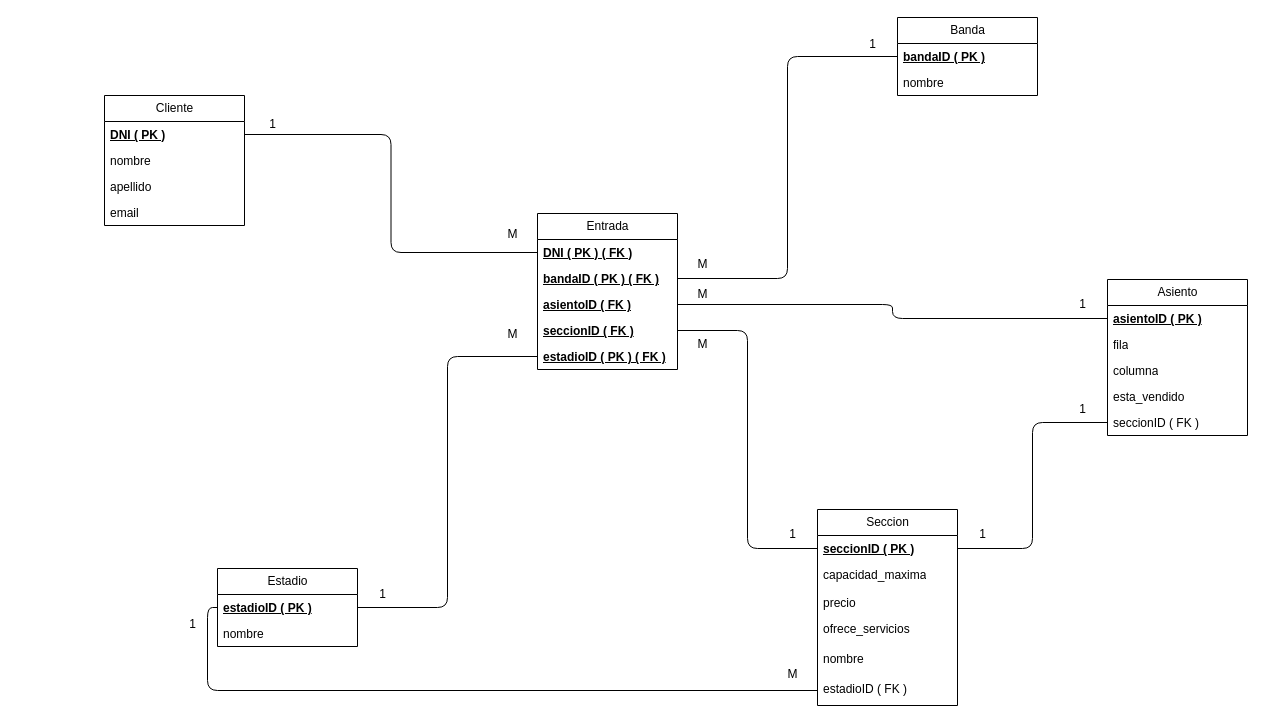
This is diagrama.drawio from Oriana10/sql-project, a draw.io file, before an edit. Source tidied: cells renumbered, new cells numbered last; positions are measured from the earlier drawing's top-left corner, leaving out a move shared by most shapes. Both pictures are drawn from the tidied source at 100%, with x=0, y=0 at pixel (104, 17).
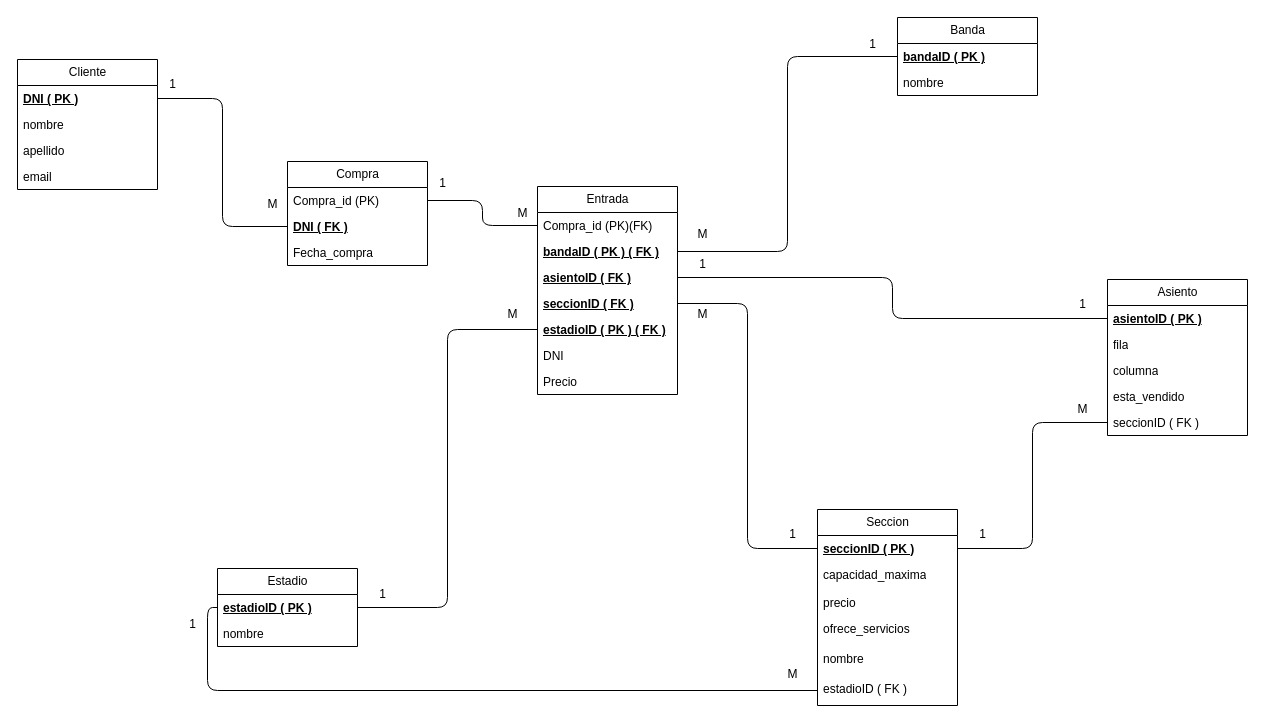
The same page after the edit.

The change refers to these unchanged cells:
```xml
<mxCell id="3" value="&lt;b&gt;&lt;u&gt;DNI ( PK )&lt;/u&gt;&lt;/b&gt;" style="text;strokeColor=none;fillColor=none;align=left;verticalAlign=top;spacingLeft=4;spacingRight=4;overflow=hidden;points=[[0,0.5],[1,0.5]];portConstraint=eastwest;whiteSpace=wrap;html=1;" parent="2" vertex="1">
  <mxGeometry y="26" width="140" height="26" as="geometry" />
</mxCell>
```

Diff of the diagram source:
```diff
@@
     <mxCell id="2" value="Cliente" style="swimlane;fontStyle=0;horizontal=1;startSize=26;fillColor=none;html=1;" parent="1" vertex="1">
-      <mxGeometry y="78" width="140" height="130" as="geometry" />
+      <mxGeometry x="-87" y="42" width="140" height="130" as="geometry" />
     </mxCell>
@@
     <mxCell id="7" value="Entrada" style="swimlane;fontStyle=0;horizontal=1;startSize=26;fillColor=none;html=1;" parent="1" vertex="1">
-      <mxGeometry x="433" y="196" width="140" height="156" as="geometry" />
+      <mxGeometry x="433" y="169" width="140" height="208" as="geometry" />
     </mxCell>
-    <mxCell id="8" value="&lt;b&gt;&lt;u&gt;DNI ( PK ) ( FK )&lt;/u&gt;&lt;/b&gt;" style="text;strokeColor=none;fillColor=none;align=left;verticalAlign=top;spacingLeft=4;spacingRight=4;overflow=hidden;points=[[0,0.5],[1,0.5]];portConstraint=eastwest;whiteSpace=wrap;html=1;" parent="7" vertex="1">
-      <mxGeometry y="26" width="140" height="26" as="geometry" />
-    </mxCell>
+    <mxCell id="53" value="Compra_id (PK)(FK)" style="text;strokeColor=none;fillColor=none;align=left;verticalAlign=top;spacingLeft=4;spacingRight=4;overflow=hidden;points=[[0,0.5],[1,0.5]];portConstraint=eastwest;whiteSpace=wrap;html=1;" parent="7" vertex="1">
+      <mxGeometry y="26" width="140" height="26" as="geometry" />
+    </mxCell>
@@
+    <mxCell id="54" value="DNI" style="text;strokeColor=none;fillColor=none;align=left;verticalAlign=top;spacingLeft=4;spacingRight=4;overflow=hidden;whiteSpace=wrap;html=1;" parent="7" vertex="1">
+      <mxGeometry y="156" width="140" height="26" as="geometry" />
+    </mxCell>
+    <mxCell id="55" value="Precio" style="text;strokeColor=none;fillColor=none;align=left;verticalAlign=top;spacingLeft=4;spacingRight=4;overflow=hidden;whiteSpace=wrap;html=1;" parent="7" vertex="1">
+      <mxGeometry y="182" width="140" height="26" as="geometry" />
+    </mxCell>
@@
     <mxCell id="33" value="M" style="text;html=1;align=center;verticalAlign=middle;strokeColor=none;fillColor=none;" parent="1" vertex="1">
-      <mxGeometry x="393" y="302" width="30" height="30" as="geometry" />
+      <mxGeometry x="393" y="282" width="30" height="30" as="geometry" />
     </mxCell>
@@
     <mxCell id="35" value="M" style="text;html=1;align=center;verticalAlign=middle;strokeColor=none;fillColor=none;" parent="1" vertex="1">
-      <mxGeometry x="583" y="232" width="30" height="30" as="geometry" />
+      <mxGeometry x="583" y="202" width="30" height="30" as="geometry" />
     </mxCell>
@@
-    <mxCell id="38" style="edgeStyle=orthogonalEdgeStyle;html=1;startArrow=baseDash;startFill=0;endArrow=baseDash;endFill=0;" parent="1" edge="1" source="3" target="8">
-      <mxGeometry relative="1" as="geometry" />
-    </mxCell>
-    <mxCell id="39" value="M" style="text;html=1;align=center;verticalAlign=middle;strokeColor=none;fillColor=none;" parent="1" vertex="1">
-      <mxGeometry x="393" y="202" width="30" height="30" as="geometry" />
-    </mxCell>
-    <mxCell id="40" value="1" style="text;html=1;align=center;verticalAlign=middle;strokeColor=none;fillColor=none;" parent="1" vertex="1">
-      <mxGeometry x="153" y="92" width="30" height="30" as="geometry" />
-    </mxCell>
@@
-    <mxCell id="42" value="M" style="text;html=1;align=center;verticalAlign=middle;strokeColor=none;fillColor=none;" parent="1" vertex="1">
-      <mxGeometry x="583" y="262" width="30" height="30" as="geometry" />
+    <mxCell id="42" value="1" style="text;html=1;align=center;verticalAlign=middle;strokeColor=none;fillColor=none;" parent="1" vertex="1">
+      <mxGeometry x="583" y="232" width="30" height="30" as="geometry" />
     </mxCell>
@@
     <mxCell id="45" value="M" style="text;html=1;align=center;verticalAlign=middle;strokeColor=none;fillColor=none;" parent="1" vertex="1">
-      <mxGeometry x="583" y="312" width="30" height="30" as="geometry" />
+      <mxGeometry x="583" y="282" width="30" height="30" as="geometry" />
     </mxCell>
@@
-    <mxCell id="48" value="1" style="text;html=1;align=center;verticalAlign=middle;strokeColor=none;fillColor=none;" parent="1" vertex="1">
+    <mxCell id="48" value="M" style="text;html=1;align=center;verticalAlign=middle;strokeColor=none;fillColor=none;" parent="1" vertex="1">
       <mxGeometry x="963" y="377" width="30" height="30" as="geometry" />
     </mxCell>
@@
+    <mxCell id="56" value="Compra" style="swimlane;fontStyle=0;horizontal=1;startSize=26;fillColor=none;html=1;" parent="1" vertex="1">
+      <mxGeometry x="183" y="144" width="140" height="104" as="geometry" />
+    </mxCell>
+    <mxCell id="57" value="Compra_id (PK)" style="text;strokeColor=none;fillColor=none;align=left;verticalAlign=top;spacingLeft=4;spacingRight=4;overflow=hidden;points=[[0,0.5],[1,0.5]];portConstraint=eastwest;whiteSpace=wrap;html=1;" parent="56" vertex="1">
+      <mxGeometry y="26" width="140" height="26" as="geometry" />
+    </mxCell>
+    <mxCell id="58" value="&lt;b&gt;&lt;u&gt;DNI ( FK )&lt;/u&gt;&lt;/b&gt;" style="text;strokeColor=none;fillColor=none;align=left;verticalAlign=top;spacingLeft=4;spacingRight=4;overflow=hidden;points=[[0,0.5],[1,0.5]];portConstraint=eastwest;whiteSpace=wrap;html=1;" parent="56" vertex="1">
+      <mxGeometry y="52" width="140" height="26" as="geometry" />
+    </mxCell>
+    <mxCell id="59" value="Fecha_compra" style="text;strokeColor=none;fillColor=none;align=left;verticalAlign=top;spacingLeft=4;spacingRight=4;overflow=hidden;whiteSpace=wrap;html=1;" parent="56" vertex="1">
+      <mxGeometry y="78" width="140" height="26" as="geometry" />
+    </mxCell>
+    <mxCell id="60" style="edgeStyle=orthogonalEdgeStyle;rounded=1;jettySize=auto;html=1;curved=0;endArrow=baseDash;endFill=0;" parent="1" edge="1" source="3" target="58">
+      <mxGeometry relative="1" as="geometry" />
+    </mxCell>
+    <mxCell id="61" value="1" style="text;html=1;align=center;verticalAlign=middle;strokeColor=none;fillColor=none;" parent="1" vertex="1">
+      <mxGeometry x="53" y="52" width="30" height="30" as="geometry" />
+    </mxCell>
+    <mxCell id="62" value="M" style="text;html=1;align=center;verticalAlign=middle;strokeColor=none;fillColor=none;" parent="1" vertex="1">
+      <mxGeometry x="153" y="172" width="30" height="30" as="geometry" />
+    </mxCell>
+    <mxCell id="63" style="edgeStyle=orthogonalEdgeStyle;rounded=1;jettySize=auto;html=1;curved=0;endArrow=baseDash;endFill=0;" parent="1" edge="1" source="57" target="53">
+      <mxGeometry relative="1" as="geometry" />
+    </mxCell>
+    <mxCell id="64" value="M" style="text;html=1;align=center;verticalAlign=middle;strokeColor=none;fillColor=none;" parent="1" vertex="1">
+      <mxGeometry x="403" y="181" width="30" height="30" as="geometry" />
+    </mxCell>
+    <mxCell id="65" value="1" style="text;html=1;align=center;verticalAlign=middle;strokeColor=none;fillColor=none;" parent="1" vertex="1">
+      <mxGeometry x="323" y="151" width="30" height="30" as="geometry" />
+    </mxCell>
```
